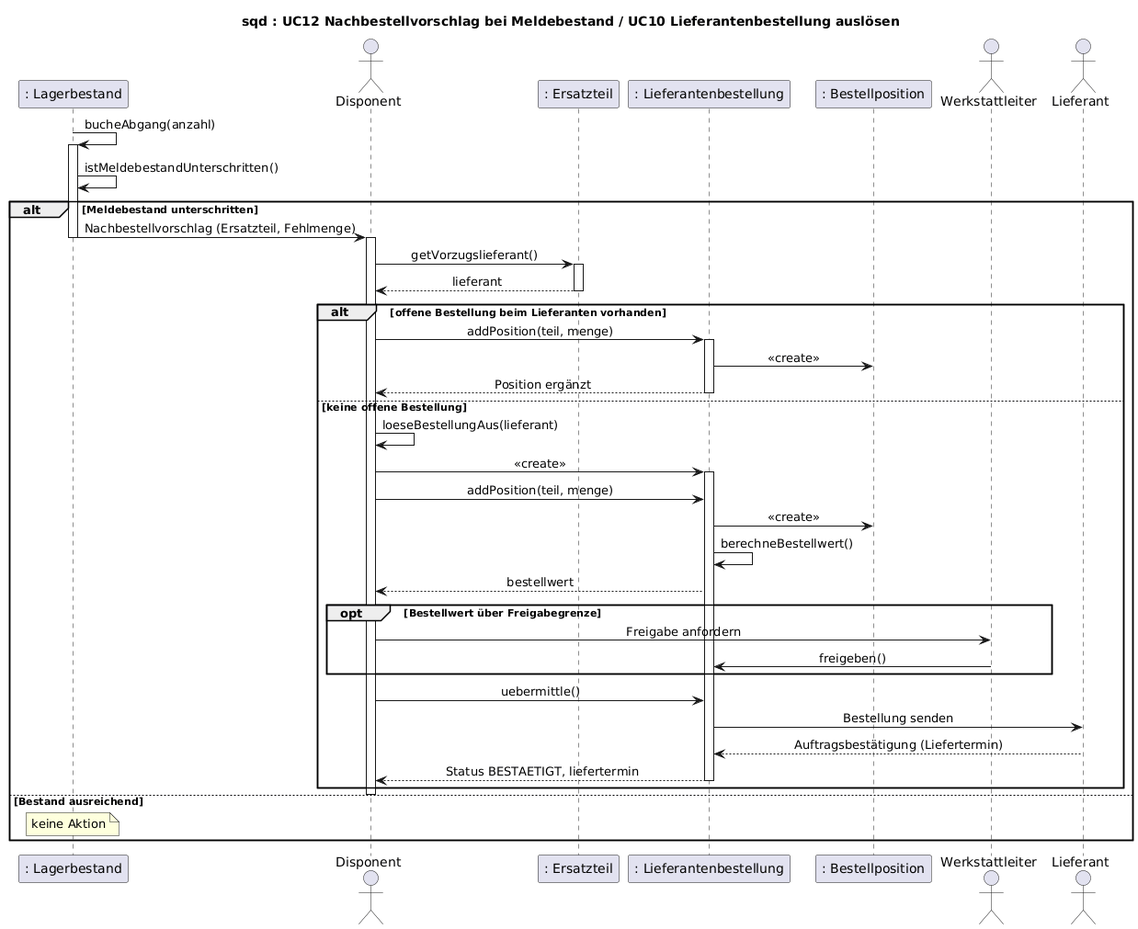
The PlantUML diagram uml/sequenz-06-nachbestellvorschlag.png in jakobschwan123-cmd/casestudy-semester-3, before a commit.
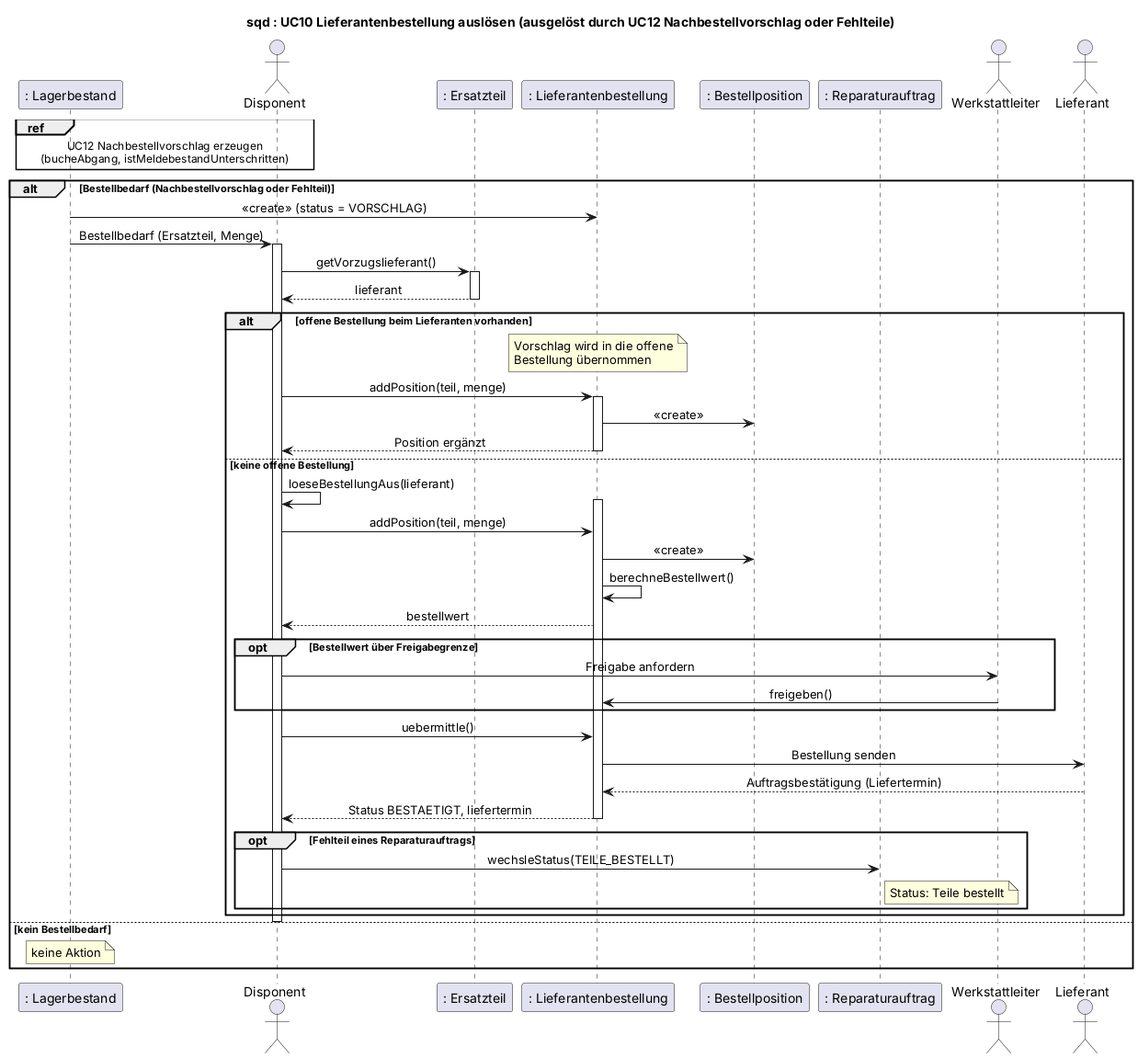
After the change.

What changed in the source:
```diff
@@ -1,5 +1,5 @@
 @startuml
-title sqd : UC12 Nachbestellvorschlag bei Meldebestand / UC10 Lieferantenbestellung auslösen
+title sqd : UC10 Lieferantenbestellung auslösen (ausgelöst durch UC12 Nachbestellvorschlag oder Fehlteile)
 skinparam defaultFontName Arial
 skinparam sequenceMessageAlign center
 participant ": Lagerbestand" as LB
@@ -7,21 +7,21 @@
 participant ": Ersatzteil" as ET
 participant ": Lieferantenbestellung" as LBEST
 participant ": Bestellposition" as BPOS
+participant ": Reparaturauftrag" as RA
 actor Werkstattleiter
 actor Lieferant
 
-LB -> LB : bucheAbgang(anzahl)
-activate LB
-LB -> LB : istMeldebestandUnterschritten()
-alt Meldebestand unterschritten
-    LB -> Disponent : Nachbestellvorschlag (Ersatzteil, Fehlmenge)
-    deactivate LB
+ref over LB, Disponent : UC12 Nachbestellvorschlag erzeugen\n(bucheAbgang, istMeldebestandUnterschritten)
+alt Bestellbedarf (Nachbestellvorschlag oder Fehlteil)
+    LB -> LBEST : <<create>> (status = VORSCHLAG)
+    LB -> Disponent : Bestellbedarf (Ersatzteil, Menge)
     activate Disponent
     Disponent -> ET : getVorzugslieferant()
     activate ET
     ET --> Disponent : lieferant
     deactivate ET
     alt offene Bestellung beim Lieferanten vorhanden
+        note over LBEST : Vorschlag wird in die offene\nBestellung übernommen
         Disponent -> LBEST : addPosition(teil, menge)
         activate LBEST
         LBEST -> BPOS : <<create>>
@@ -29,7 +29,6 @@
         deactivate LBEST
     else keine offene Bestellung
         Disponent -> Disponent : loeseBestellungAus(lieferant)
-        Disponent -> LBEST : <<create>>
         activate LBEST
         Disponent -> LBEST : addPosition(teil, menge)
         LBEST -> BPOS : <<create>>
@@ -44,9 +43,13 @@
         Lieferant --> LBEST : Auftragsbestätigung (Liefertermin)
         LBEST --> Disponent : Status BESTAETIGT, liefertermin
         deactivate LBEST
+        opt Fehlteil eines Reparaturauftrags
+            Disponent -> RA : wechsleStatus(TEILE_BESTELLT)
+            note right of RA : Status: Teile bestellt
+        end
     end
     deactivate Disponent
-else Bestand ausreichend
+else kein Bestellbedarf
     note over LB : keine Aktion
 end
 @enduml
```
